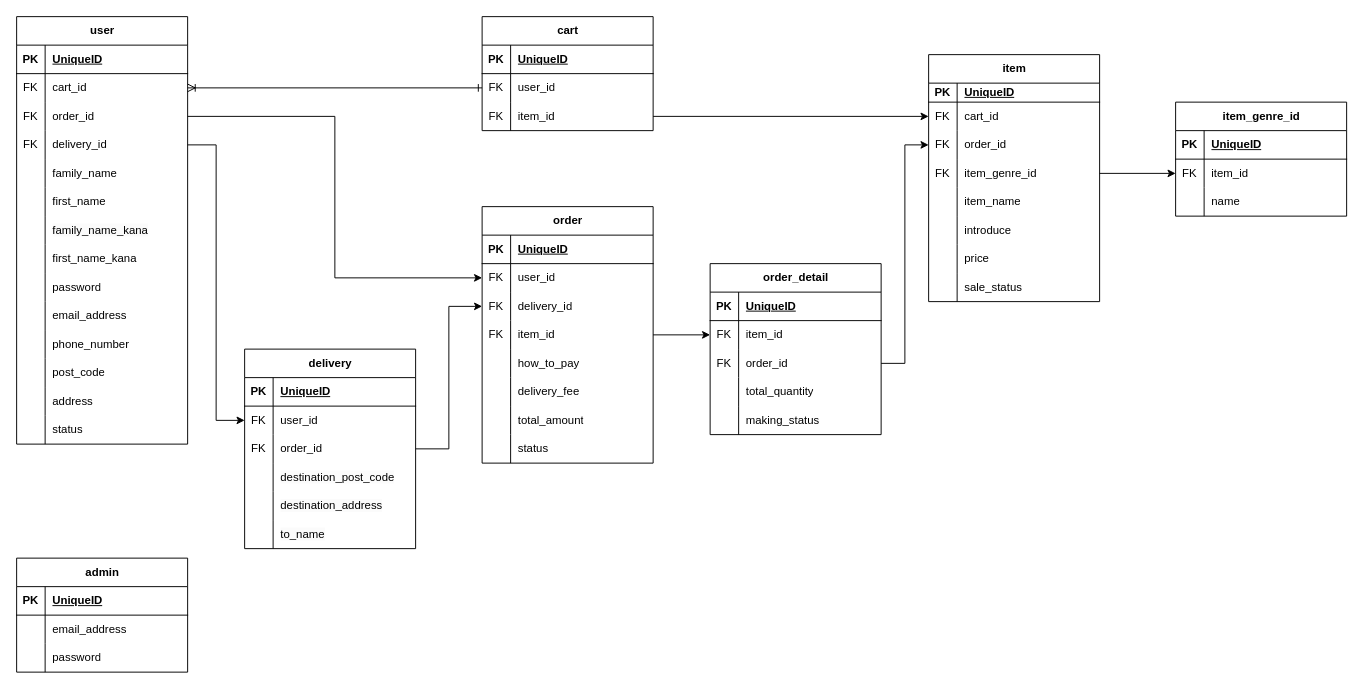
This is 名称未設定ファイル.drawio from yuna096740/sample_app, a draw.io file, before an edit. Source tidied: cells renumbered, new cells numbered last; positions are measured from the earlier drawing's top-left corner, leaving out a move shared by most shapes. Both pictures are drawn from the tidied source at 95%, with x=0, y=0 at pixel (16, 16).
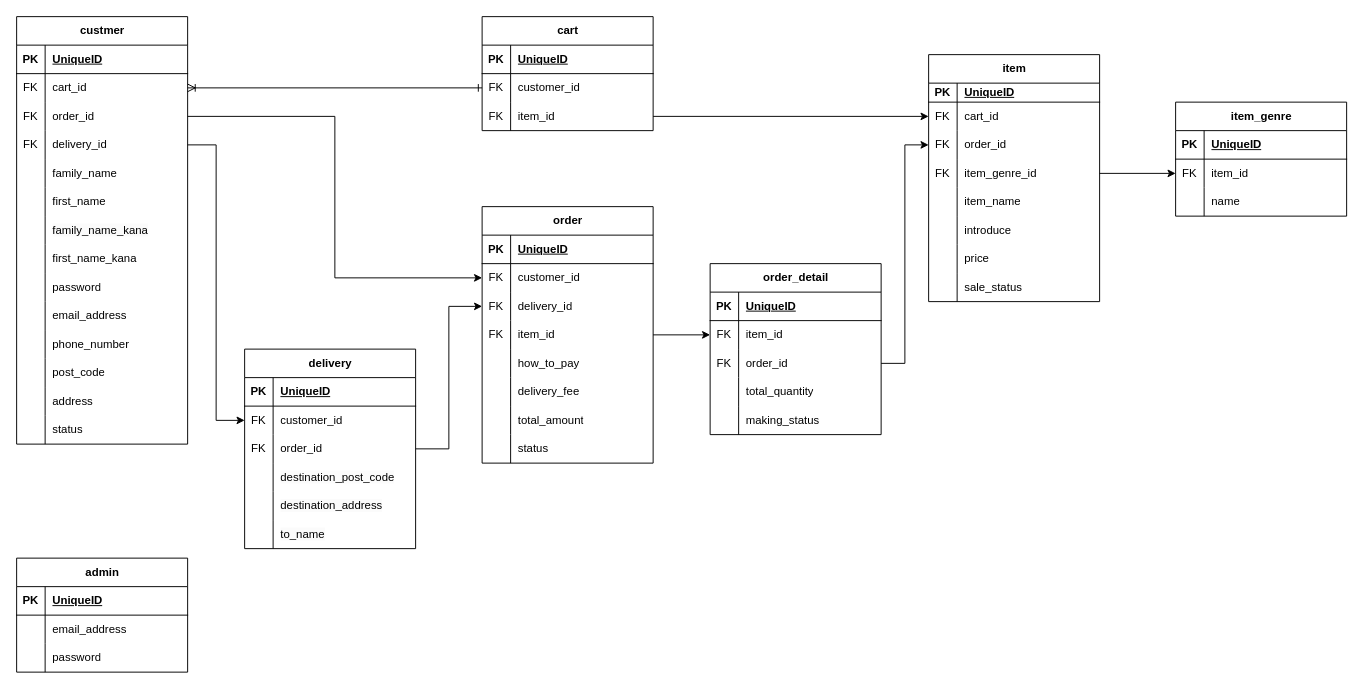
After the change.

Commit message (it also covers changes not shown here):
名称未設定ファイル.drawio を更新します

Unchanged cells that the change refers to:
```xml
<mxCell id="49" style="shape=tableRow;horizontal=0;startSize=0;swimlaneHead=0;swimlaneBody=0;fillColor=none;points=[[0,0.5],[1,0.5]];portConstraint=eastwest;top=0;left=0;right=0;bottom=0;" parent="45" vertex="1">
  <mxGeometry y="60" width="180" height="30" as="geometry" />
</mxCell>
<mxCell id="68" style="shape=tableRow;horizontal=0;startSize=0;swimlaneHead=0;swimlaneBody=0;fillColor=none;points=[[0,0.5],[1,0.5]];portConstraint=eastwest;top=0;left=0;right=0;bottom=0;" parent="64" vertex="1">
  <mxGeometry y="60" width="180" height="30" as="geometry" />
</mxCell>
<mxCell id="103" style="shape=tableRow;horizontal=0;startSize=0;swimlaneHead=0;swimlaneBody=0;fillColor=none;points=[[0,0.5],[1,0.5]];portConstraint=eastwest;top=0;left=0;right=0;bottom=0;" parent="99" vertex="1">
  <mxGeometry y="60" width="180" height="30" as="geometry" />
</mxCell>
```

Change to the diagram source:
```diff
@@
-    <mxCell id="2" value="user" style="shape=table;startSize=30;childLayout=tableLayout;rowLines=0;fontStyle=1;align=center;html=1;" parent="1" vertex="1">
+    <mxCell id="2" value="custmer" style="shape=table;startSize=30;childLayout=tableLayout;rowLines=0;fontStyle=1;align=center;html=1;" parent="1" vertex="1">
       <mxGeometry width="180" height="450" as="geometry" />
     </mxCell>
@@
-    <mxCell id="51" value="user_id" style="shape=partialRectangle;fillColor=none;top=0;left=0;bottom=0;right=0;align=left;spacingLeft=6;overflow=hidden;whiteSpace=wrap;html=1;fontStyle=0;" parent="49" vertex="1">
+    <mxCell id="51" value="customer_id" style="shape=partialRectangle;fillColor=none;top=0;left=0;bottom=0;right=0;align=left;spacingLeft=6;overflow=hidden;whiteSpace=wrap;html=1;fontStyle=0;" parent="49" vertex="1">
       <mxGeometry x="30" width="150" height="30" as="geometry" />
     </mxCell>
@@
-    <mxCell id="70" value="user_id" style="shape=partialRectangle;fillColor=none;top=0;left=0;bottom=0;right=0;align=left;spacingLeft=6;overflow=hidden;whiteSpace=wrap;html=1;" parent="68" vertex="1">
+    <mxCell id="70" value="customer_id" style="shape=partialRectangle;fillColor=none;top=0;left=0;bottom=0;right=0;align=left;spacingLeft=6;overflow=hidden;whiteSpace=wrap;html=1;" parent="68" vertex="1">
       <mxGeometry x="30" width="150" height="30" as="geometry" />
     </mxCell>
@@
-    <mxCell id="105" value="user_id" style="shape=partialRectangle;fillColor=none;top=0;left=0;bottom=0;right=0;align=left;spacingLeft=6;overflow=hidden;whiteSpace=wrap;html=1;" parent="103" vertex="1">
+    <mxCell id="105" value="customer_id" style="shape=partialRectangle;fillColor=none;top=0;left=0;bottom=0;right=0;align=left;spacingLeft=6;overflow=hidden;whiteSpace=wrap;html=1;" parent="103" vertex="1">
       <mxGeometry x="30" width="150" height="30" as="geometry" />
     </mxCell>
@@
-    <mxCell id="124" value="item_genre_id" style="shape=table;startSize=30;childLayout=tableLayout;rowLines=0;fontStyle=1;align=center;html=1;" parent="1" vertex="1">
+    <mxCell id="124" value="item_genre" style="shape=table;startSize=30;childLayout=tableLayout;rowLines=0;fontStyle=1;align=center;html=1;" parent="1" vertex="1">
       <mxGeometry x="1220" y="90" width="180" height="120" as="geometry" />
     </mxCell>
```
